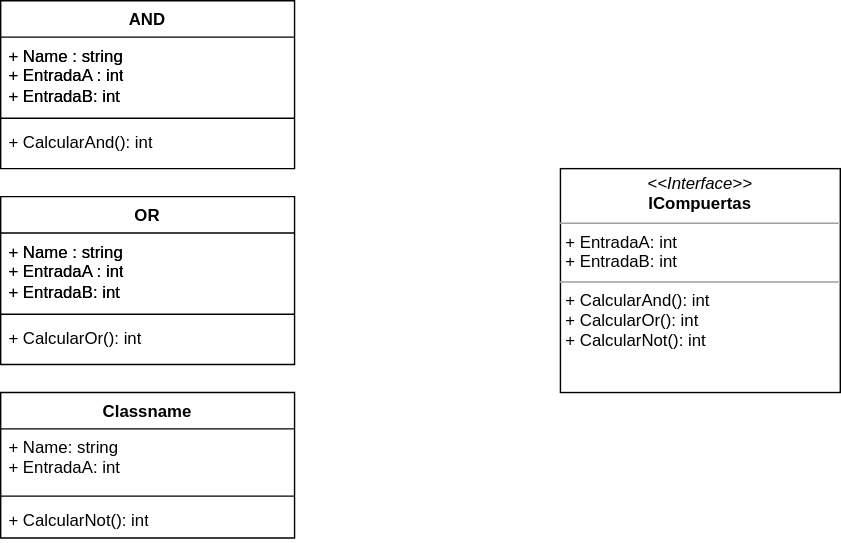
Earlier version of the draw.io export Diagrama UML.svg (JoacoGar/Desafio_compuertas). Source tidied: cells renumbered, new cells last; positions are measured from the earlier drawing's top-left corner, leaving out a move shared by most shapes.
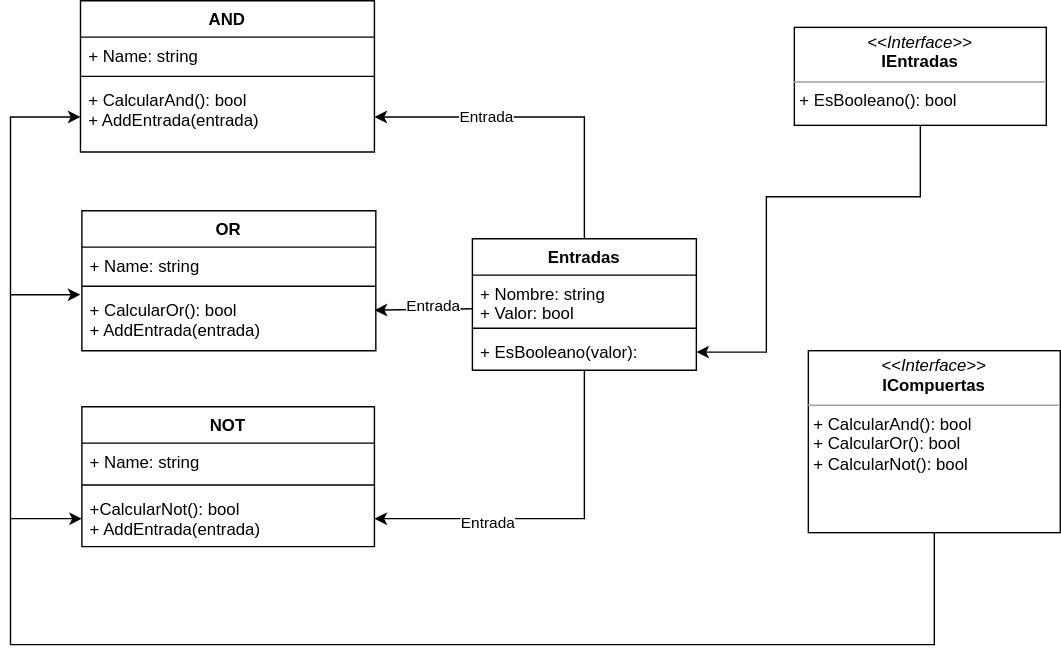
Above is the later version.

Commit message:
Diagrama Terminado

What changed in the source:
```diff
@@ -2,50 +2,116 @@
   <root>
     <mxCell id="0" />
     <mxCell id="1" parent="0" />
+    <mxCell id="6" value="&lt;p style=&quot;margin:0px;margin-top:4px;text-align:center;&quot;&gt;&lt;i&gt;&amp;lt;&amp;lt;Interface&amp;gt;&amp;gt;&lt;/i&gt;&lt;br&gt;&lt;b&gt;ICompuertas&lt;/b&gt;&lt;/p&gt;&lt;hr size=&quot;1&quot;&gt;&lt;p style=&quot;margin:0px;margin-left:4px;&quot;&gt;+ CalcularAnd(): bool&lt;br&gt;+ CalcularOr(): bool&lt;/p&gt;&lt;p style=&quot;margin:0px;margin-left:4px;&quot;&gt;+ CalcularNot(): bool&lt;/p&gt;" style="verticalAlign=top;align=left;overflow=fill;fontSize=12;fontFamily=Helvetica;html=1;whiteSpace=wrap;" parent="1" vertex="1">
+      <mxGeometry x="510" y="270" width="180" height="130" as="geometry" />
+    </mxCell>
+    <mxCell id="17" value="&lt;p style=&quot;margin:0px;margin-top:4px;text-align:center;&quot;&gt;&lt;i&gt;&amp;lt;&amp;lt;Interface&amp;gt;&amp;gt;&lt;/i&gt;&lt;br&gt;&lt;b&gt;IEntradas&lt;/b&gt;&lt;/p&gt;&lt;hr size=&quot;1&quot;&gt;&lt;p style=&quot;margin:0px;margin-left:4px;&quot;&gt;+ EsBooleano(): bool&lt;br&gt;&lt;/p&gt;" style="verticalAlign=top;align=left;overflow=fill;fontSize=12;fontFamily=Helvetica;html=1;whiteSpace=wrap;" parent="1" vertex="1">
+      <mxGeometry x="500" y="39" width="180" height="70" as="geometry" />
+    </mxCell>
     <mxCell id="2" value="AND" style="swimlane;fontStyle=1;align=center;verticalAlign=top;horizontal=1;startSize=26;whiteSpace=wrap;html=1;" parent="1" vertex="1">
-      <mxGeometry width="210" height="120" as="geometry" />
+      <mxGeometry x="-10" y="20" width="210" height="108" as="geometry" />
     </mxCell>
-    <mxCell id="3" value="+ Name : string&lt;br&gt;+ EntradaA : int&lt;br&gt;+ EntradaB: int" style="text;strokeColor=none;fillColor=none;align=left;verticalAlign=top;spacingLeft=4;spacingRight=4;overflow=hidden;whiteSpace=wrap;html=1;" parent="2" vertex="1">
-      <mxGeometry y="26" width="210" height="54" as="geometry" />
-    </mxCell>
-    <mxCell id="4" style="line;strokeWidth=1;fillColor=none;align=left;verticalAlign=middle;spacingTop=-1;spacingLeft=3;spacingRight=3;labelPosition=right;strokeColor=inherit;" parent="2" vertex="1">
-      <mxGeometry y="80" width="210" height="8" as="geometry" />
-    </mxCell>
-    <mxCell id="5" value="+ CalcularAnd(): int" style="text;strokeColor=none;fillColor=none;align=left;verticalAlign=top;spacingLeft=4;spacingRight=4;overflow=hidden;whiteSpace=wrap;html=1;" parent="2" vertex="1">
-      <mxGeometry y="88" width="210" height="32" as="geometry" />
-    </mxCell>
-    <mxCell id="6" value="&lt;p style=&quot;margin:0px;margin-top:4px;text-align:center;&quot;&gt;&lt;i&gt;&amp;lt;&amp;lt;Interface&amp;gt;&amp;gt;&lt;/i&gt;&lt;br&gt;&lt;b&gt;ICompuertas&lt;/b&gt;&lt;/p&gt;&lt;hr size=&quot;1&quot;&gt;&lt;p style=&quot;margin:0px;margin-left:4px;&quot;&gt;+ EntradaA: int&lt;/p&gt;&lt;p style=&quot;margin:0px;margin-left:4px;&quot;&gt;+ EntradaB: int&lt;/p&gt;&lt;hr size=&quot;1&quot;&gt;&lt;p style=&quot;margin:0px;margin-left:4px;&quot;&gt;+ CalcularAnd(): int&lt;br&gt;+ CalcularOr(): int&lt;/p&gt;&lt;p style=&quot;margin:0px;margin-left:4px;&quot;&gt;+ CalcularNot(): int&lt;/p&gt;" style="verticalAlign=top;align=left;overflow=fill;fontSize=12;fontFamily=Helvetica;html=1;whiteSpace=wrap;" parent="1" vertex="1">
-      <mxGeometry x="400" y="120" width="200" height="160" as="geometry" />
-    </mxCell>
-    <mxCell id="7" value="+ Name : string&lt;br&gt;+ EntradaA : int&lt;br&gt;+ EntradaB: int" style="text;strokeColor=none;fillColor=none;align=left;verticalAlign=top;spacingLeft=4;spacingRight=4;overflow=hidden;whiteSpace=wrap;html=1;" parent="1" vertex="1">
-      <mxGeometry y="26" width="210" height="54" as="geometry" />
-    </mxCell>
+    <mxCell id="18" value="+ Name: string" style="text;strokeColor=none;fillColor=none;align=left;verticalAlign=top;spacingLeft=4;spacingRight=4;overflow=hidden;whiteSpace=wrap;html=1;" parent="2" vertex="1">
+      <mxGeometry y="26" width="210" height="24" as="geometry" />
+    </mxCell>
+    <mxCell id="19" style="line;strokeWidth=1;fillColor=none;align=left;verticalAlign=middle;spacingTop=-1;spacingLeft=3;spacingRight=3;labelPosition=right;strokeColor=inherit;" parent="2" vertex="1">
+      <mxGeometry y="50" width="210" height="8" as="geometry" />
+    </mxCell>
+    <mxCell id="20" value="+ CalcularAnd(): bool&lt;br&gt;+ AddEntrada(entrada)" style="text;strokeColor=none;fillColor=none;align=left;verticalAlign=top;spacingLeft=4;spacingRight=4;overflow=hidden;points=[[0,0.5],[1,0.5]];portConstraint=eastwest;whiteSpace=wrap;html=1;" parent="2" vertex="1">
+      <mxGeometry y="58" width="210" height="50" as="geometry" />
+    </mxCell>
     <mxCell id="8" value="OR" style="swimlane;fontStyle=1;align=center;verticalAlign=top;horizontal=1;startSize=26;whiteSpace=wrap;html=1;" parent="1" vertex="1">
-      <mxGeometry y="140" width="210" height="120" as="geometry" />
+      <mxGeometry x="-9" y="170" width="210" height="100" as="geometry" />
     </mxCell>
-    <mxCell id="9" value="+ Name : string&lt;br&gt;+ EntradaA : int&lt;br&gt;+ EntradaB: int" style="text;strokeColor=none;fillColor=none;align=left;verticalAlign=top;spacingLeft=4;spacingRight=4;overflow=hidden;whiteSpace=wrap;html=1;" parent="8" vertex="1">
-      <mxGeometry y="26" width="210" height="54" as="geometry" />
-    </mxCell>
-    <mxCell id="10" style="line;strokeWidth=1;fillColor=none;align=left;verticalAlign=middle;spacingTop=-1;spacingLeft=3;spacingRight=3;labelPosition=right;strokeColor=inherit;" parent="8" vertex="1">
-      <mxGeometry y="80" width="210" height="8" as="geometry" />
-    </mxCell>
-    <mxCell id="11" value="+ CalcularOr(): int" style="text;strokeColor=none;fillColor=none;align=left;verticalAlign=top;spacingLeft=4;spacingRight=4;overflow=hidden;whiteSpace=wrap;html=1;" parent="8" vertex="1">
-      <mxGeometry y="88" width="210" height="32" as="geometry" />
-    </mxCell>
-    <mxCell id="12" value="+ Name : string&lt;br&gt;+ EntradaA : int&lt;br&gt;+ EntradaB: int" style="text;strokeColor=none;fillColor=none;align=left;verticalAlign=top;spacingLeft=4;spacingRight=4;overflow=hidden;whiteSpace=wrap;html=1;" parent="1" vertex="1">
-      <mxGeometry y="166" width="210" height="54" as="geometry" />
-    </mxCell>
-    <mxCell id="13" value="Classname" style="swimlane;fontStyle=1;align=center;verticalAlign=top;horizontal=1;startSize=26;whiteSpace=wrap;html=1;" parent="1" vertex="1">
-      <mxGeometry y="280" width="210" height="104" as="geometry" />
-    </mxCell>
-    <mxCell id="14" value="+ Name: string&lt;br&gt;+ EntradaA: int" style="text;strokeColor=none;fillColor=none;align=left;verticalAlign=top;spacingLeft=4;spacingRight=4;overflow=hidden;whiteSpace=wrap;html=1;" parent="13" vertex="1">
-      <mxGeometry y="26" width="210" height="44" as="geometry" />
-    </mxCell>
-    <mxCell id="15" style="line;strokeWidth=1;fillColor=none;align=left;verticalAlign=middle;spacingTop=-1;spacingLeft=3;spacingRight=3;labelPosition=right;strokeColor=inherit;" parent="13" vertex="1">
-      <mxGeometry y="70" width="210" height="8" as="geometry" />
-    </mxCell>
-    <mxCell id="16" value="+ CalcularNot(): int" style="text;strokeColor=none;fillColor=none;align=left;verticalAlign=top;spacingLeft=4;spacingRight=4;overflow=hidden;whiteSpace=wrap;html=1;" parent="13" vertex="1">
-      <mxGeometry y="78" width="210" height="26" as="geometry" />
-    </mxCell>
+    <mxCell id="21" value="+ Name: string&lt;br&gt;" style="text;strokeColor=none;fillColor=none;align=left;verticalAlign=top;spacingLeft=4;spacingRight=4;overflow=hidden;whiteSpace=wrap;html=1;" parent="8" vertex="1">
+      <mxGeometry y="26" width="210" height="24" as="geometry" />
+    </mxCell>
+    <mxCell id="22" style="line;strokeWidth=1;fillColor=none;align=left;verticalAlign=middle;spacingTop=-1;spacingLeft=3;spacingRight=3;labelPosition=right;strokeColor=inherit;" parent="8" vertex="1">
+      <mxGeometry y="50" width="210" height="8" as="geometry" />
+    </mxCell>
+    <mxCell id="23" value="+ CalcularOr(): bool&lt;br&gt;+ AddEntrada(entrada)" style="text;strokeColor=none;fillColor=none;align=left;verticalAlign=top;spacingLeft=4;spacingRight=4;overflow=hidden;points=[[0,0.5],[1,0.5]];portConstraint=eastwest;whiteSpace=wrap;html=1;" parent="8" vertex="1">
+      <mxGeometry y="58" width="210" height="42" as="geometry" />
+    </mxCell>
+    <mxCell id="24" value="NOT" style="swimlane;fontStyle=1;align=center;verticalAlign=top;horizontal=1;startSize=26;whiteSpace=wrap;html=1;" parent="1" vertex="1">
+      <mxGeometry x="-9" y="310" width="209" height="100" as="geometry" />
+    </mxCell>
+    <mxCell id="25" value="+ Name: string" style="text;strokeColor=none;fillColor=none;align=left;verticalAlign=top;spacingLeft=4;spacingRight=4;overflow=hidden;whiteSpace=wrap;html=1;" parent="24" vertex="1">
+      <mxGeometry y="26" width="209" height="26" as="geometry" />
+    </mxCell>
+    <mxCell id="26" style="line;strokeWidth=1;fillColor=none;align=left;verticalAlign=middle;spacingTop=-1;spacingLeft=3;spacingRight=3;labelPosition=right;strokeColor=inherit;" parent="24" vertex="1">
+      <mxGeometry y="52" width="209" height="8" as="geometry" />
+    </mxCell>
+    <mxCell id="27" value="+CalcularNot(): bool&lt;br&gt;+ AddEntrada(entrada)" style="text;strokeColor=none;fillColor=none;align=left;verticalAlign=top;spacingLeft=4;spacingRight=4;overflow=hidden;points=[[0,0.5],[1,0.5]];portConstraint=eastwest;whiteSpace=wrap;html=1;" parent="24" vertex="1">
+      <mxGeometry y="60" width="209" height="40" as="geometry" />
+    </mxCell>
+    <mxCell id="28" value="Entradas" style="swimlane;fontStyle=1;align=center;verticalAlign=top;horizontal=1;startSize=26;whiteSpace=wrap;html=1;" parent="1" vertex="1">
+      <mxGeometry x="270" y="190" width="160" height="94" as="geometry" />
+    </mxCell>
+    <mxCell id="29" style="endArrow=classic;html=1;rounded=0;entryX=0.996;entryY=0.31;entryDx=0;entryDy=0;entryPerimeter=0;" parent="28" edge="1" target="23">
+      <mxGeometry relative="1" as="geometry">
+        <mxPoint y="50" as="sourcePoint" />
+      </mxGeometry>
+    </mxCell>
+    <mxCell id="30" value="Entrada" style="edgeLabel;html=1;align=center;verticalAlign=middle;" parent="29" vertex="1">
+      <mxGeometry x="-0.49" y="1" relative="1" as="geometry">
+        <mxPoint x="-12" y="-4" as="offset" />
+      </mxGeometry>
+    </mxCell>
+    <mxCell id="31" value="+ Nombre: string&lt;br&gt;+ Valor: bool" style="text;strokeColor=none;fillColor=none;align=left;verticalAlign=top;spacingLeft=4;spacingRight=4;overflow=hidden;whiteSpace=wrap;html=1;" parent="28" vertex="1">
+      <mxGeometry y="26" width="160" height="34" as="geometry" />
+    </mxCell>
+    <mxCell id="32" style="line;strokeWidth=1;fillColor=none;align=left;verticalAlign=middle;spacingTop=-1;spacingLeft=3;spacingRight=3;labelPosition=right;strokeColor=inherit;" parent="28" vertex="1">
+      <mxGeometry y="60" width="160" height="8" as="geometry" />
+    </mxCell>
+    <mxCell id="33" value="+ EsBooleano(valor):" style="text;strokeColor=none;fillColor=none;align=left;verticalAlign=top;spacingLeft=4;spacingRight=4;overflow=hidden;points=[[0,0.5],[1,0.5]];portConstraint=eastwest;whiteSpace=wrap;html=1;" parent="28" vertex="1">
+      <mxGeometry y="68" width="160" height="26" as="geometry" />
+    </mxCell>
+    <mxCell id="34" style="endArrow=classic;html=1;rounded=0;entryX=1;entryY=0.5;entryDx=0;entryDy=0;exitX=0.5;exitY=1;exitDx=0;exitDy=0;" parent="1" edge="1" source="17" target="33">
+      <mxGeometry relative="1" as="geometry">
+        <Array as="points">
+          <mxPoint x="590" y="160" />
+          <mxPoint x="480" y="160" />
+          <mxPoint x="480" y="271" />
+        </Array>
+      </mxGeometry>
+    </mxCell>
+    <mxCell id="35" style="endArrow=classic;html=1;rounded=0;entryX=1;entryY=0.5;entryDx=0;entryDy=0;" parent="1" edge="1" source="33" target="27">
+      <mxGeometry relative="1" as="geometry">
+        <Array as="points">
+          <mxPoint x="350" y="390" />
+        </Array>
+      </mxGeometry>
+    </mxCell>
+    <mxCell id="36" value="Entrada" style="edgeLabel;html=1;align=center;verticalAlign=middle;" parent="35" vertex="1">
+      <mxGeometry x="0.37" y="2" relative="1" as="geometry" />
+    </mxCell>
+    <mxCell id="37" value="Entrada" style="endArrow=classic;html=1;rounded=0;entryX=1;entryY=0.5;entryDx=0;entryDy=0;" parent="1" edge="1" target="20">
+      <mxGeometry x="0.32" relative="1" as="geometry">
+        <mxPoint x="350" y="190" as="sourcePoint" />
+        <Array as="points">
+          <mxPoint x="350" y="103" />
+        </Array>
+      </mxGeometry>
+    </mxCell>
+    <mxCell id="38" style="endArrow=classic;html=1;rounded=0;entryX=0;entryY=0.5;entryDx=0;entryDy=0;" parent="1" edge="1" target="20">
+      <mxGeometry relative="1" as="geometry">
+        <mxPoint x="600" y="400" as="sourcePoint" />
+        <Array as="points">
+          <mxPoint x="600" y="480" />
+          <mxPoint x="-60" y="480" />
+          <mxPoint x="-60" y="103" />
+        </Array>
+      </mxGeometry>
+    </mxCell>
+    <mxCell id="39" style="endArrow=classic;html=1;rounded=0;entryX=-0.005;entryY=0.048;entryDx=0;entryDy=0;entryPerimeter=0;" parent="1" edge="1" target="23">
+      <mxGeometry relative="1" as="geometry">
+        <mxPoint x="-60" y="230" as="sourcePoint" />
+      </mxGeometry>
+    </mxCell>
+    <mxCell id="40" style="endArrow=classic;html=1;rounded=0;entryX=0;entryY=0.5;entryDx=0;entryDy=0;" parent="1" edge="1" target="27">
+      <mxGeometry relative="1" as="geometry">
+        <mxPoint x="-60" y="390" as="sourcePoint" />
+      </mxGeometry>
+    </mxCell>
   </root>
 </mxGraphModel>
```
